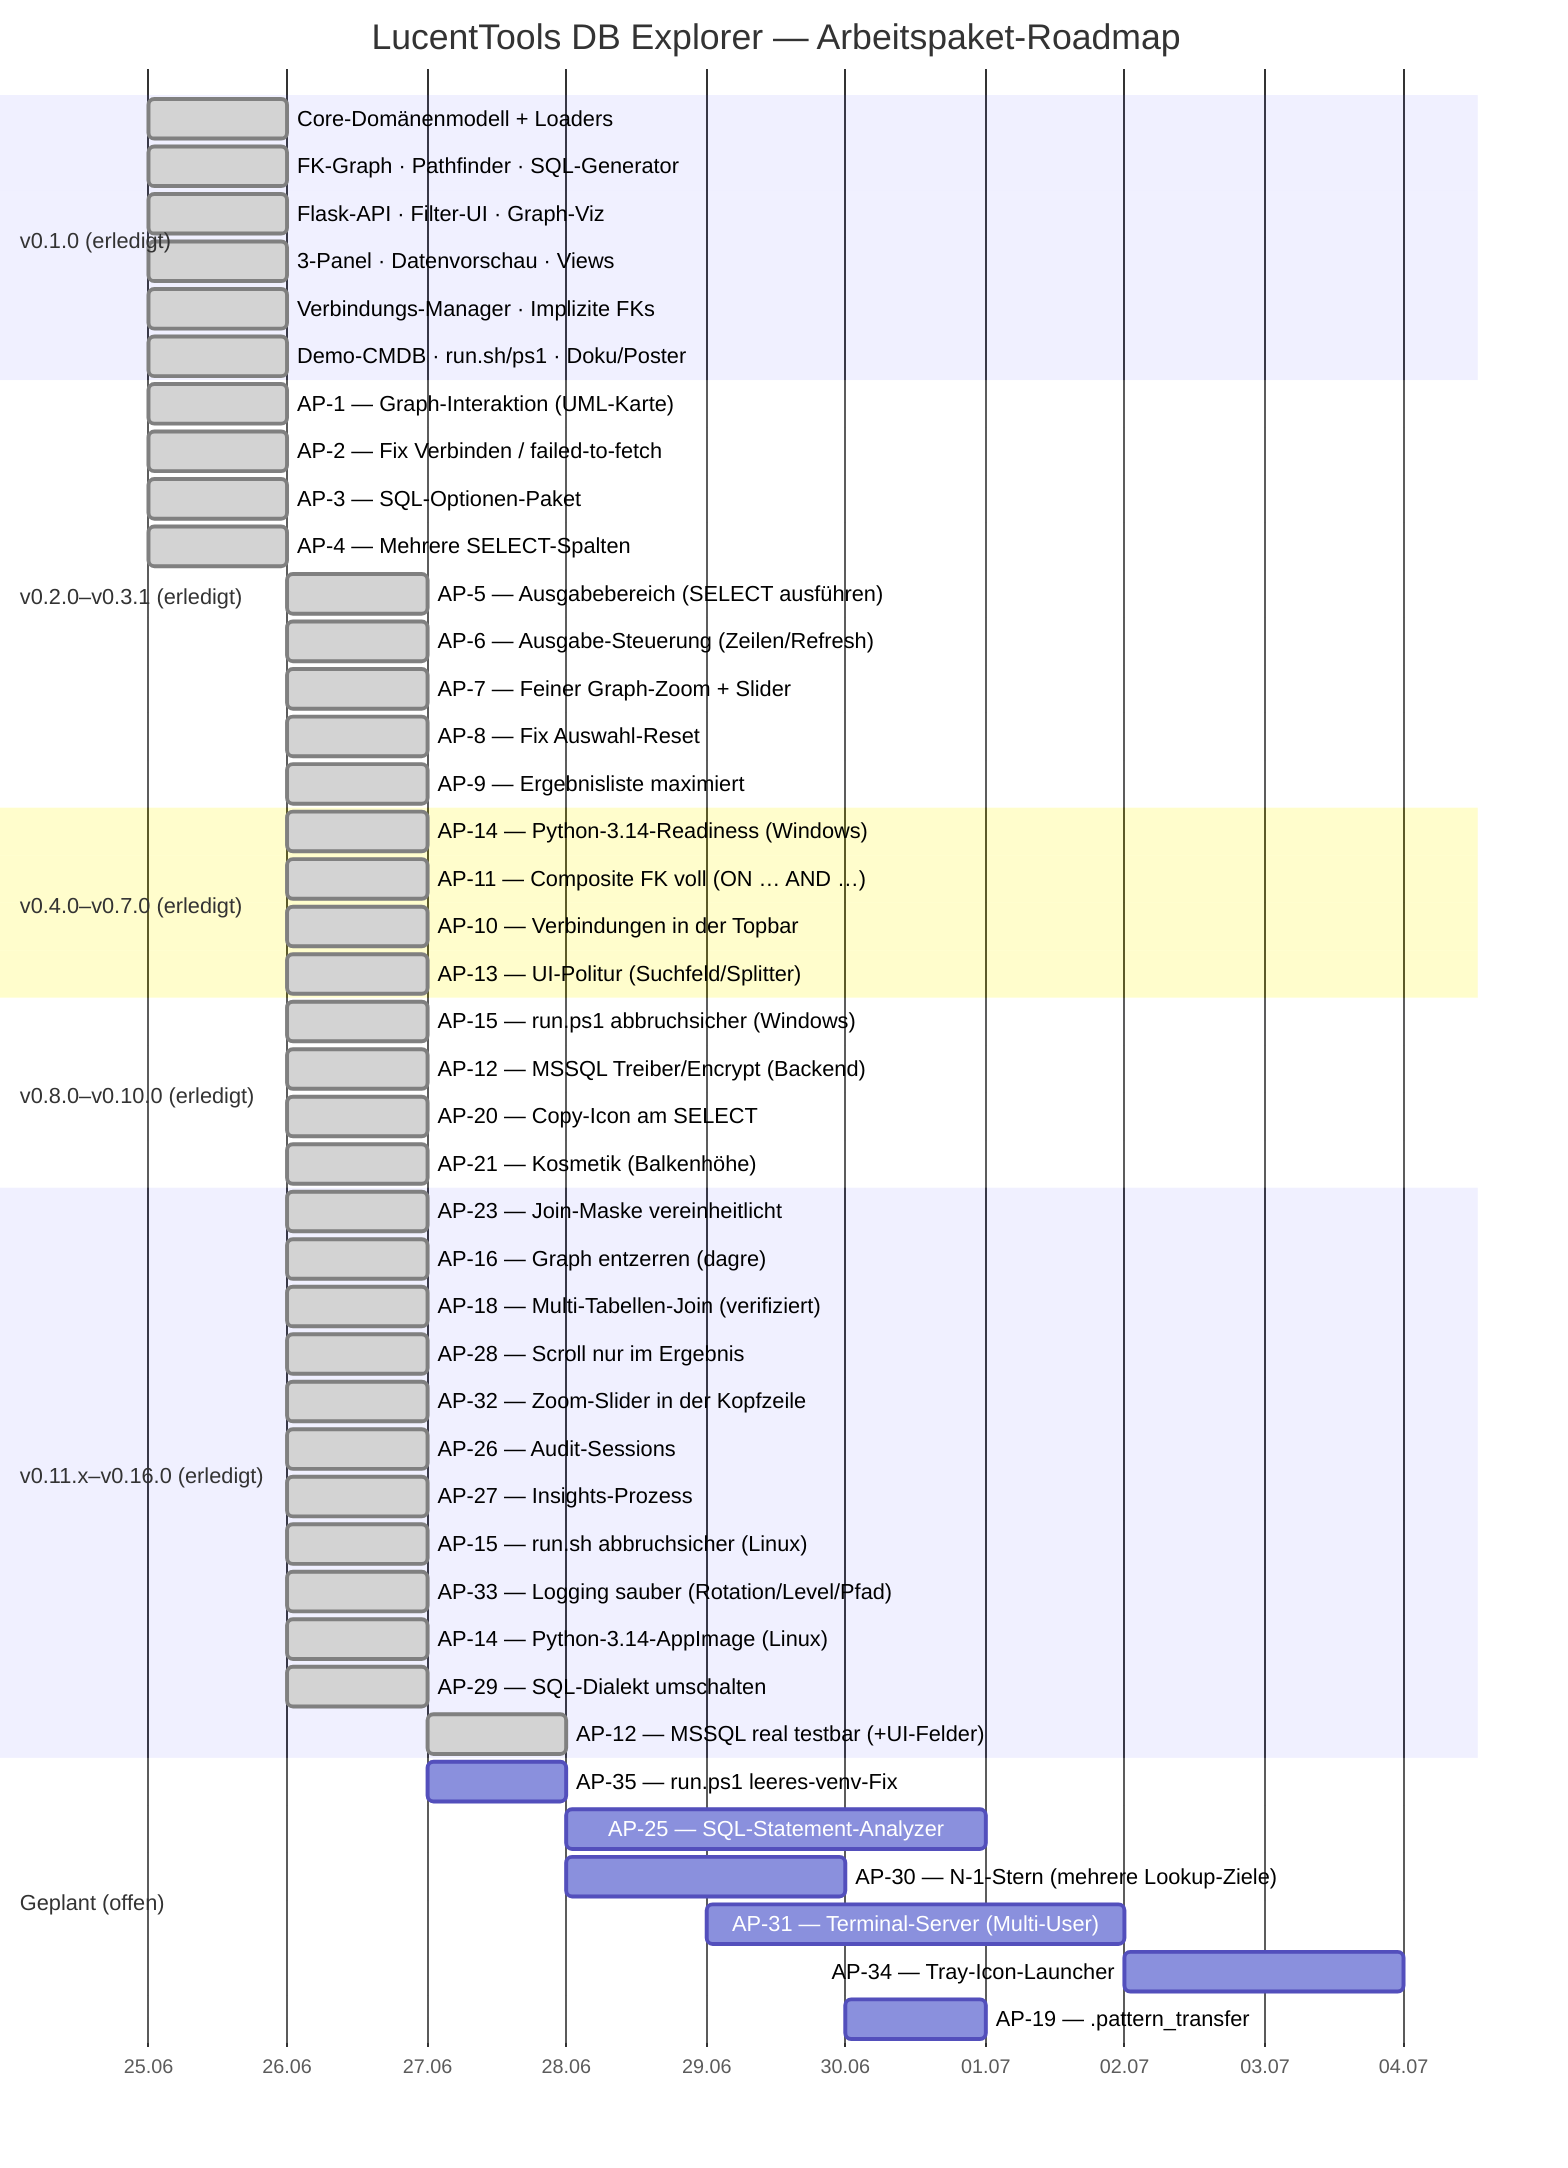
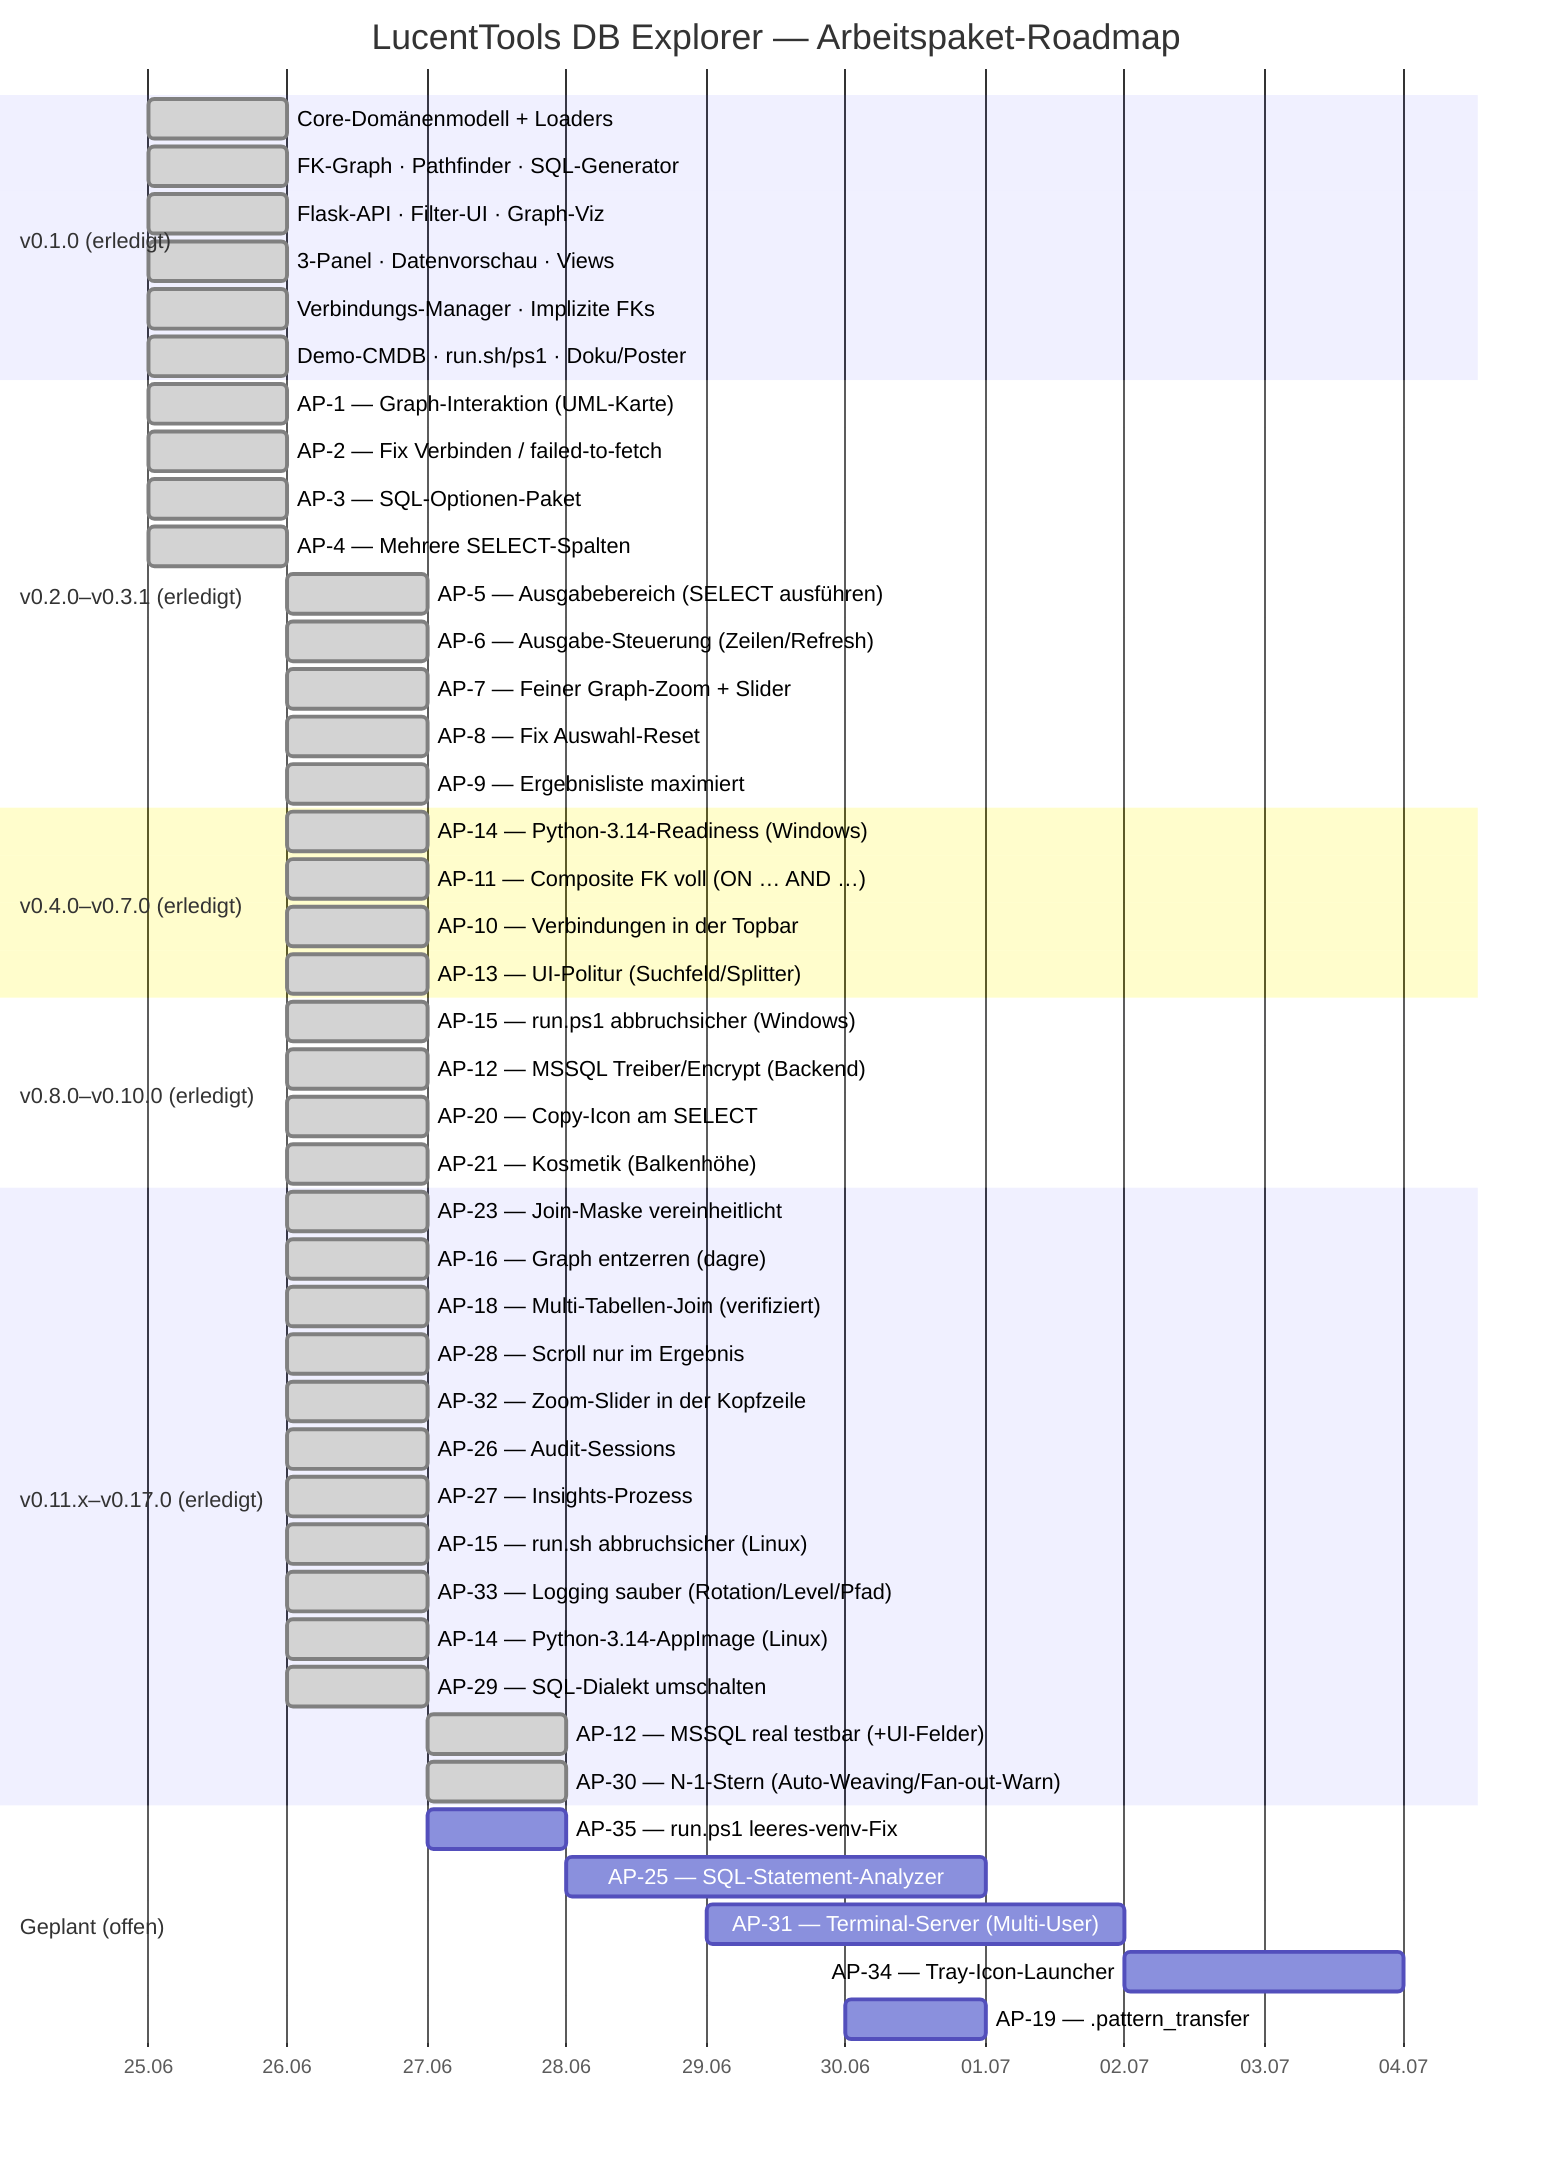
gantt
    title LucentTools DB Explorer — Arbeitspaket-Roadmap
    dateFormat  YYYY-MM-DD
    axisFormat  %d.%m

    section v0.1.0 (erledigt)
    Core-Domänenmodell + Loaders          :done, d1, 2026-06-25, 1d
    FK-Graph · Pathfinder · SQL-Generator :done, d2, 2026-06-25, 1d
    Flask-API · Filter-UI · Graph-Viz     :done, d3, 2026-06-25, 1d
    3-Panel · Datenvorschau · Views       :done, d4, 2026-06-25, 1d
    Verbindungs-Manager · Implizite FKs   :done, d5, 2026-06-25, 1d
    Demo-CMDB · run.sh/ps1 · Doku/Poster  :done, d6, 2026-06-25, 1d

    section v0.2.0–v0.3.1 (erledigt)
    AP-1 — Graph-Interaktion (UML-Karte)        :done, a1, 2026-06-25, 1d
    AP-2 — Fix Verbinden / failed-to-fetch      :done, a2, 2026-06-25, 1d
    AP-3 — SQL-Optionen-Paket                   :done, a3, 2026-06-25, 1d
    AP-4 — Mehrere SELECT-Spalten               :done, a4, 2026-06-25, 1d
    AP-5 — Ausgabebereich (SELECT ausführen)    :done, a5, 2026-06-26, 1d
    AP-6 — Ausgabe-Steuerung (Zeilen/Refresh)   :done, a6, 2026-06-26, 1d
    AP-7 — Feiner Graph-Zoom + Slider           :done, a7, 2026-06-26, 1d
    AP-8 — Fix Auswahl-Reset                    :done, a8, 2026-06-26, 1d
    AP-9 — Ergebnisliste maximiert              :done, a9, 2026-06-26, 1d

    section v0.4.0–v0.7.0 (erledigt)
    AP-14 — Python-3.14-Readiness (Windows)     :done, b1, 2026-06-26, 1d
    AP-11 — Composite FK voll (ON … AND …)      :done, b2, 2026-06-26, 1d
    AP-10 — Verbindungen in der Topbar          :done, b3, 2026-06-26, 1d
    AP-13 — UI-Politur (Suchfeld/Splitter)      :done, b4, 2026-06-26, 1d

    section v0.8.0–v0.10.0 (erledigt)
    AP-15 — run.ps1 abbruchsicher (Windows)     :done, c1, 2026-06-26, 1d
    AP-12 — MSSQL Treiber/Encrypt (Backend)     :done, c2, 2026-06-26, 1d
    AP-20 — Copy-Icon am SELECT                 :done, c3, 2026-06-26, 1d
    AP-21 — Kosmetik (Balkenhöhe)               :done, c4, 2026-06-26, 1d

-     section v0.11.x–v0.16.0 (erledigt)
+     section v0.11.x–v0.17.0 (erledigt)
    AP-23 — Join-Maske vereinheitlicht          :done, e1, 2026-06-26, 1d
    AP-16 — Graph entzerren (dagre)             :done, e2, 2026-06-26, 1d
    AP-18 — Multi-Tabellen-Join (verifiziert)   :done, e3, 2026-06-26, 1d
    AP-28 — Scroll nur im Ergebnis              :done, e4, 2026-06-26, 1d
    AP-32 — Zoom-Slider in der Kopfzeile        :done, e5, 2026-06-26, 1d
    AP-26 — Audit-Sessions                      :done, e6, 2026-06-26, 1d
    AP-27 — Insights-Prozess                    :done, e7, 2026-06-26, 1d
    AP-15 — run.sh abbruchsicher (Linux)        :done, e8, 2026-06-26, 1d
    AP-33 — Logging sauber (Rotation/Level/Pfad) :done, e9, 2026-06-26, 1d
    AP-14 — Python-3.14-AppImage (Linux)         :done, e10, 2026-06-26, 1d
    AP-29 — SQL-Dialekt umschalten               :done, e11, 2026-06-26, 1d
    AP-12 — MSSQL real testbar (+UI-Felder)      :done, e12, 2026-06-27, 1d
+     AP-30 — N-1-Stern (Auto-Weaving/Fan-out-Warn) :done, e13, 2026-06-27, 1d

    section Geplant (offen)
    AP-35 — run.ps1 leeres-venv-Fix             :p3, 2026-06-27, 1d
    AP-25 — SQL-Statement-Analyzer              :p5, 2026-06-28, 3d
-     AP-30 — N-1-Stern (mehrere Lookup-Ziele)    :p6, 2026-06-28, 2d
    AP-31 — Terminal-Server (Multi-User)        :p7, 2026-06-29, 3d
    AP-34 — Tray-Icon-Launcher                  :p9, after p7, 2d
    AP-19 — .pattern_transfer                   :p11, 2026-06-30, 1d
